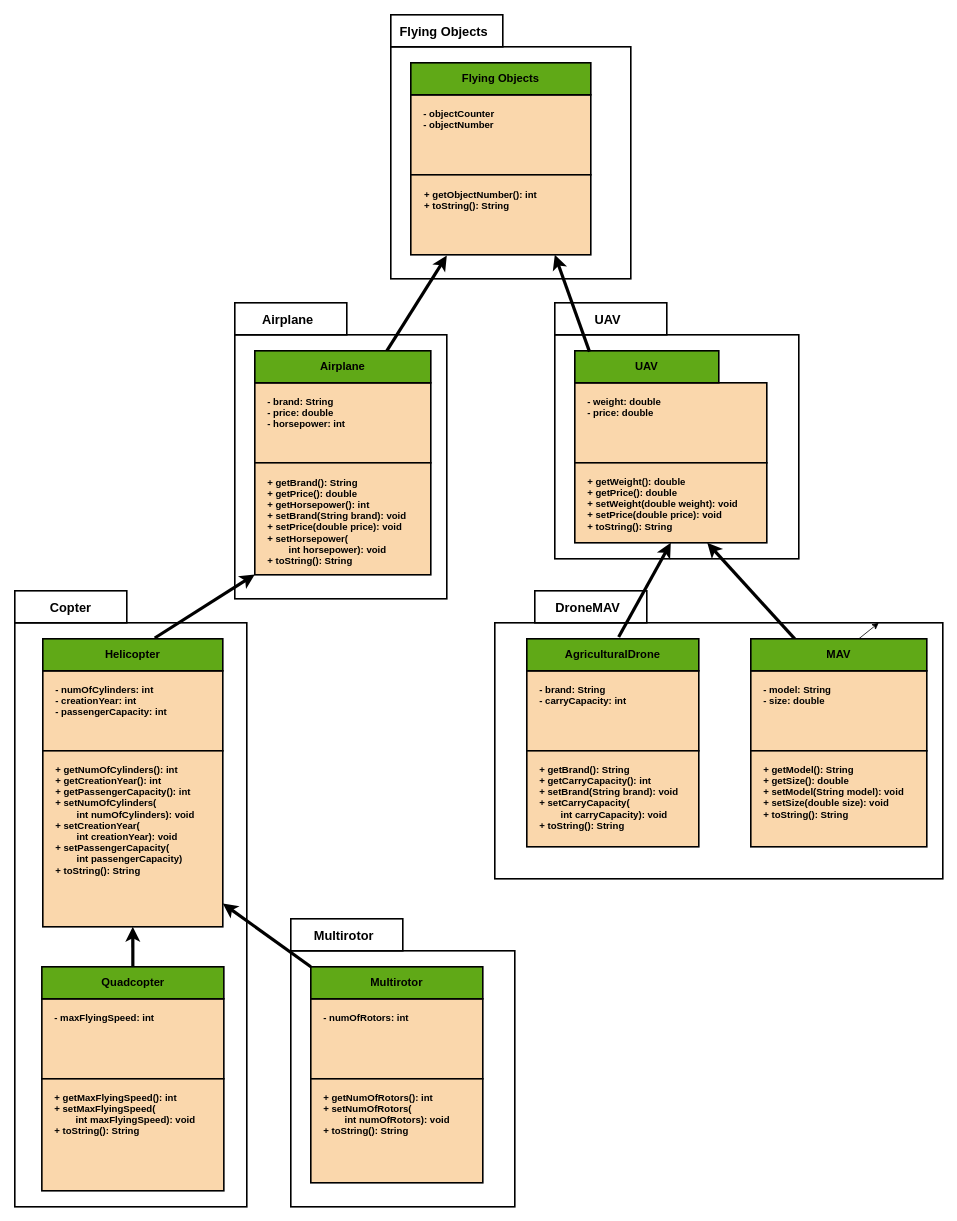
This is UML.drawio from xjetam/Assignment-2-Comp249, a draw.io file, before an edit. Source tidied: cells renumbered, new cells numbered last; positions are measured from the earlier drawing's top-left corner, leaving out a move shared by most shapes. Both pictures are drawn from the tidied source at 80%, with x=0, y=0 at pixel (14, 14).
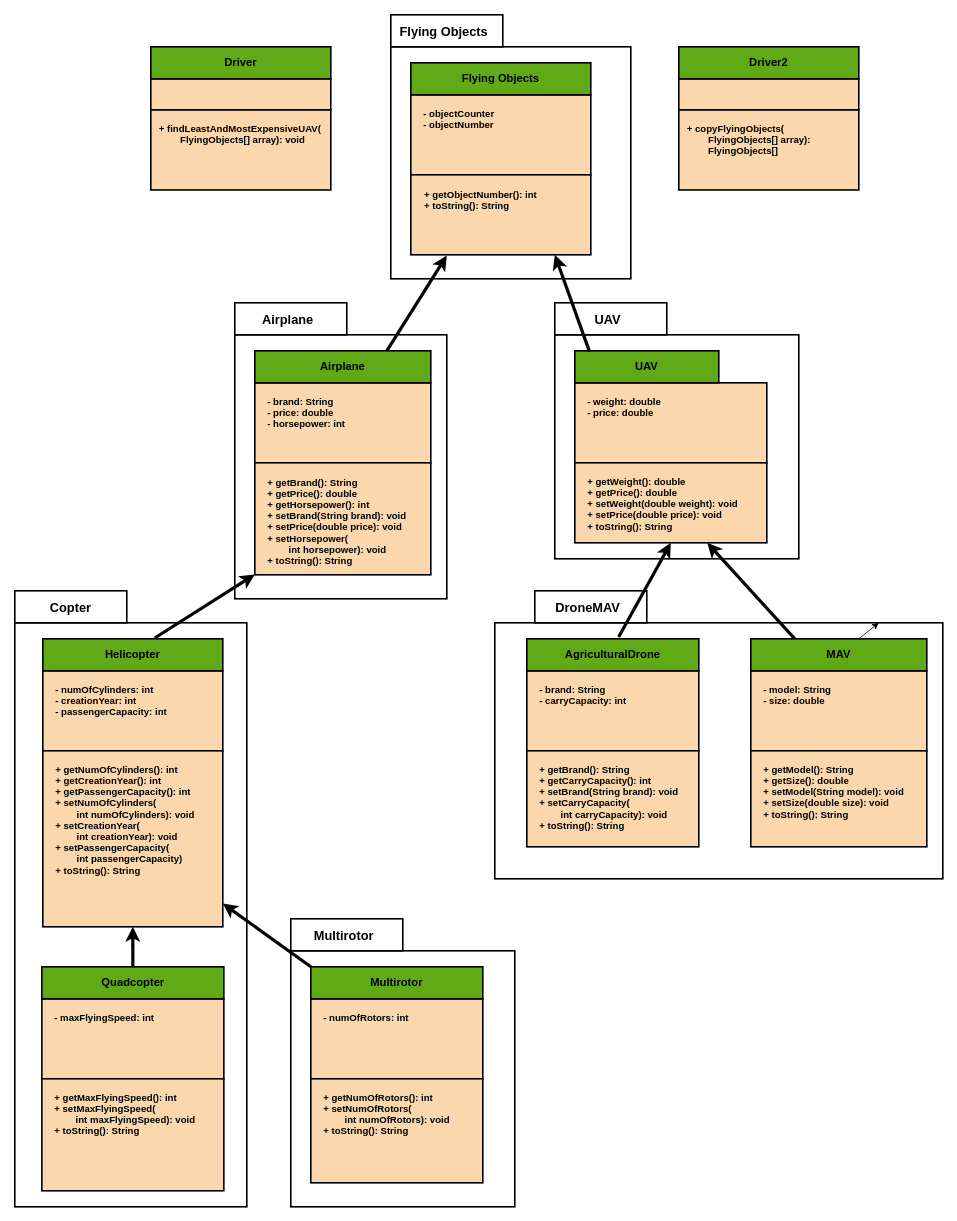
After the change.

The edit, as a diff of the source:
```diff
@@
+    <mxCell id="69" style="rounded=0;whiteSpace=wrap;html=1;labelBackgroundColor=none;strokeWidth=2;fillColor=#fad7ac;strokeColor=#000000;" parent="1" vertex="1">
+      <mxGeometry x="170" y="80" width="225" height="39" as="geometry" />
+    </mxCell>
+    <mxCell id="70" value="&lt;font color=&quot;#000000&quot; size=&quot;1&quot;&gt;&lt;b style=&quot;font-size: 14px&quot;&gt;Driver&lt;/b&gt;&lt;/font&gt;" style="rounded=0;whiteSpace=wrap;html=1;labelBackgroundColor=none;strokeColor=#000000;strokeWidth=2;fillColor=#60a917;fontColor=#ffffff;" parent="1" vertex="1">
+      <mxGeometry x="170" y="40" width="225" height="40" as="geometry" />
+    </mxCell>
+    <mxCell id="71" style="rounded=0;whiteSpace=wrap;html=1;labelBackgroundColor=none;strokeWidth=2;fillColor=#fad7ac;strokeColor=#000000;" parent="1" vertex="1">
+      <mxGeometry x="170" y="119" width="225" height="100" as="geometry" />
+    </mxCell>
+    <mxCell id="72" value="+ findLeastAndMostExpensiveUAV(&#10;        FlyingObjects[] array): void" style="text;strokeColor=none;fillColor=none;align=left;verticalAlign=top;spacingLeft=4;spacingRight=4;overflow=hidden;labelBackgroundColor=none;fontColor=#000000;fontStyle=1;" parent="1" vertex="1">
+      <mxGeometry x="174.4" y="129" width="216.2" height="80" as="geometry" />
+    </mxCell>
+    <mxCell id="73" style="rounded=0;whiteSpace=wrap;html=1;labelBackgroundColor=none;strokeWidth=2;fillColor=#fad7ac;strokeColor=#000000;" parent="1" vertex="1">
+      <mxGeometry x="830" y="80" width="225" height="39" as="geometry" />
+    </mxCell>
+    <mxCell id="74" value="&lt;font color=&quot;#000000&quot; size=&quot;1&quot;&gt;&lt;b style=&quot;font-size: 14px&quot;&gt;Driver2&lt;/b&gt;&lt;/font&gt;" style="rounded=0;whiteSpace=wrap;html=1;labelBackgroundColor=none;strokeColor=#000000;strokeWidth=2;fillColor=#60a917;fontColor=#ffffff;" parent="1" vertex="1">
+      <mxGeometry x="830" y="40" width="225" height="40" as="geometry" />
+    </mxCell>
+    <mxCell id="75" style="rounded=0;whiteSpace=wrap;html=1;labelBackgroundColor=none;strokeWidth=2;fillColor=#fad7ac;strokeColor=#000000;" parent="1" vertex="1">
+      <mxGeometry x="830" y="119" width="225" height="100" as="geometry" />
+    </mxCell>
+    <mxCell id="76" value="+ copyFlyingObjects(&#10;        FlyingObjects[] array):&#10;        FlyingObjects[]" style="text;strokeColor=none;fillColor=none;align=left;verticalAlign=top;spacingLeft=4;spacingRight=4;overflow=hidden;labelBackgroundColor=none;fontColor=#000000;fontStyle=1;" parent="1" vertex="1">
+      <mxGeometry x="834.4" y="129" width="216.2" height="80" as="geometry" />
+    </mxCell>
```
